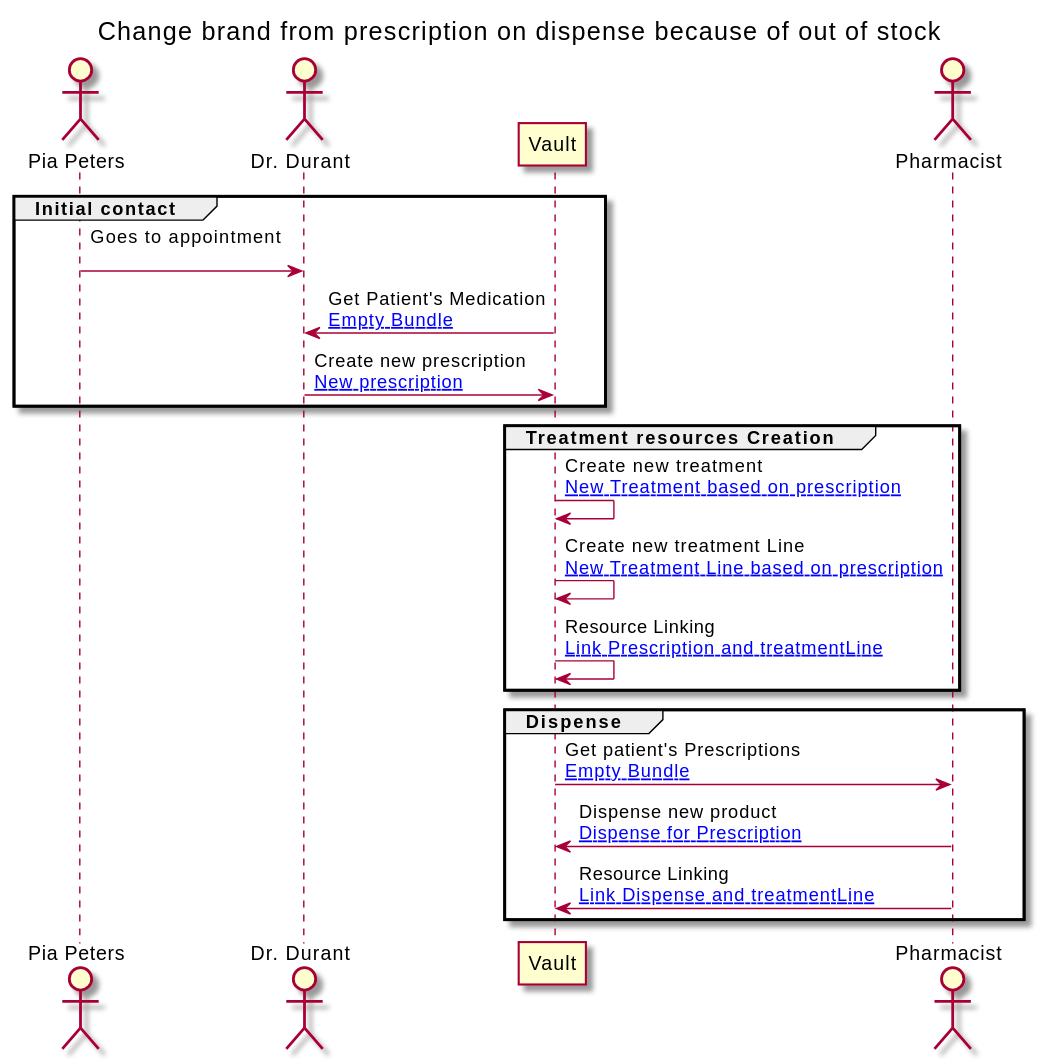
Above: branches/master/ExampleScenario-example-5-scenario.svg in jcostateixeira/riziv-medication-record (PlantUML), before the change.
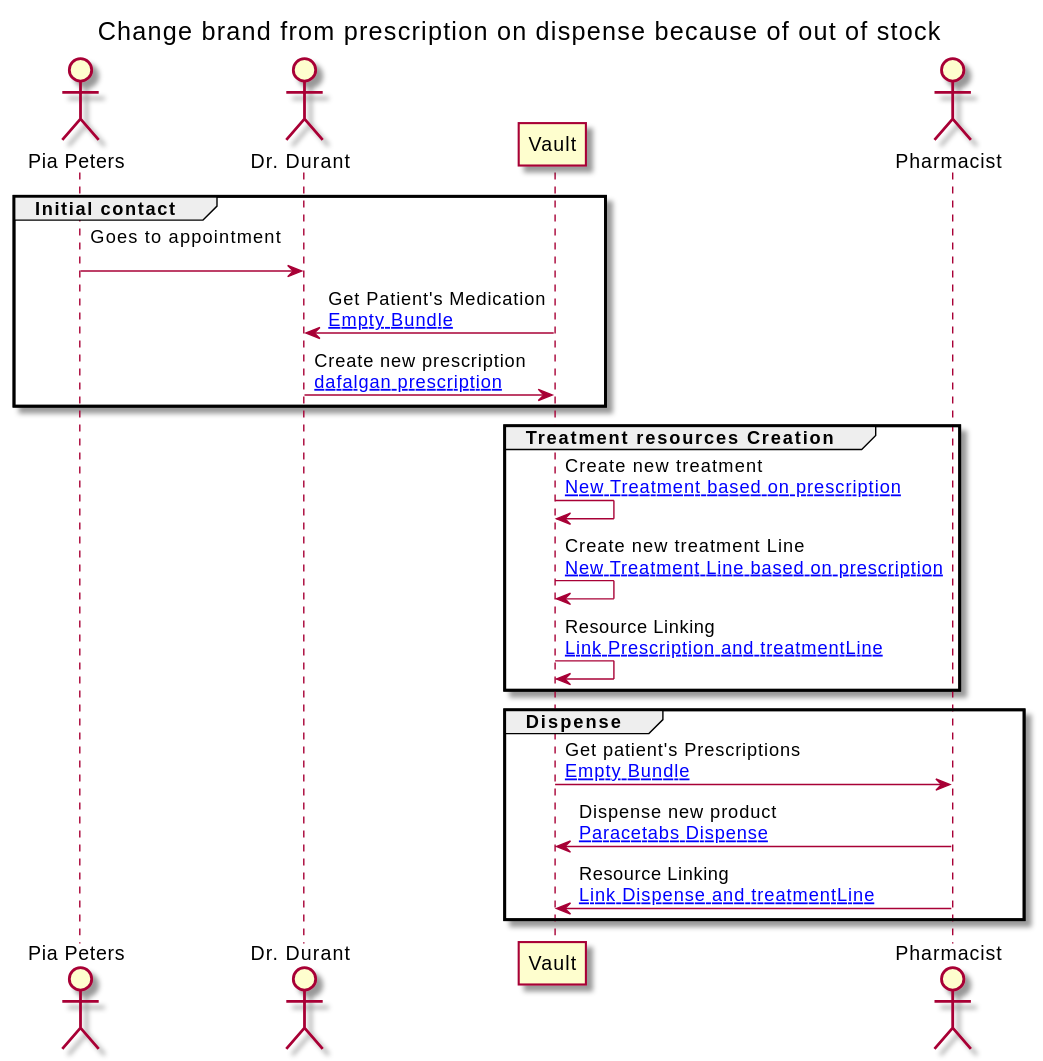
Above is the later version.

What changed in the source:
```diff
@@ -17,7 +17,7 @@
 
 PATIENT -> GP : Goes to appointment\n
 VAULT -> GP : Get Patient's Medication\n[[ExampleScenario-example-5-scenario-resources.html#EB Empty Bundle]]
-GP -> VAULT : Create new prescription\n[[ExampleScenario-example-5-scenario-resources.html#5-prescription New prescription]]
+GP -> VAULT : Create new prescription\n[[ExampleScenario-example-5-scenario-resources.html#5-prescription dafalgan prescription]]
 end
 
 group Treatment resources Creation
@@ -30,7 +30,7 @@
 group Dispense
 
 VAULT -> PHARM : Get patient's Prescriptions\n[[ExampleScenario-example-5-scenario-resources.html#EB Empty Bundle]]
-PHARM -> VAULT : Dispense new product\n[[ExampleScenario-example-5-scenario-resources.html#5-dispense Dispense for Prescription]]
+PHARM -> VAULT : Dispense new product\n[[ExampleScenario-example-5-scenario-resources.html#5-dispense Paracetabs Dispense]]
 PHARM -> VAULT : Resource Linking\n[[ExampleScenario-example-5-scenario-resources.html#5-2-provenance Link Dispense and treatmentLine]]
 end
 
```
